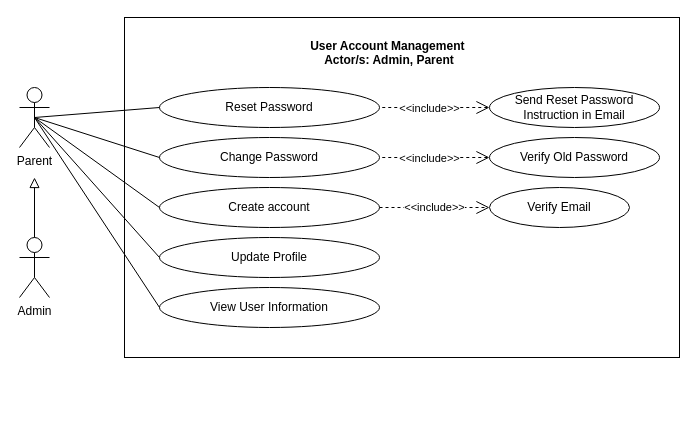
Before: page "User Management System" (3 of 7) of REVISIONS/UML-DIAGRAMS/6-9-2021/USE CASE/use case.drawio in mrklglsn/CAPSTONE-FILES, a draw.io diagram. Source tidied: cells renumbered, new cells numbered last; positions are measured from the earlier drawing's top-left corner, leaving out a move shared by most shapes. Both pictures are drawn from the tidied source at 100%, with x=0, y=0 at pixel (19, 17).
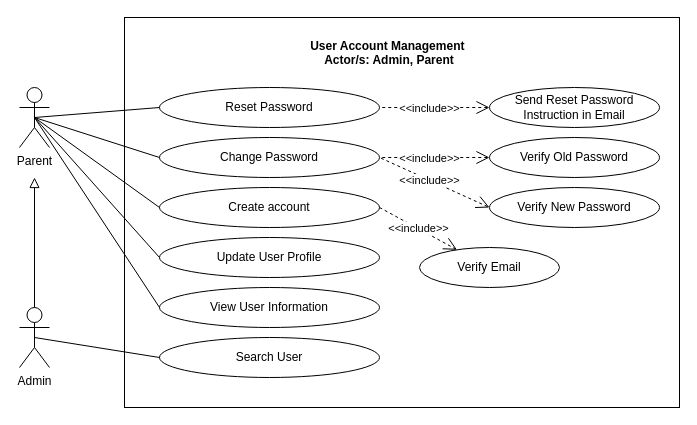
After the change.

The change refers to these unchanged cells:
```xml
<mxCell id="19" value="Change Password" style="ellipse;whiteSpace=wrap;html=1;fillColor=none;" parent="1" vertex="1">
  <mxGeometry x="140" y="120" width="220" height="40" as="geometry" />
</mxCell>
```

Diff of the diagram source:
```diff
@@
     <mxCell id="2" style="html=1;fillColor=none;" parent="1" vertex="1">
-      <mxGeometry x="105" width="555" height="340" as="geometry" />
+      <mxGeometry x="105" width="555" height="390" as="geometry" />
     </mxCell>
@@
+    <mxCell id="25" style="rounded=0;jettySize=auto;html=1;exitX=0.5;exitY=0.5;exitDx=0;exitDy=0;exitPerimeter=0;entryX=0;entryY=0.5;entryDx=0;entryDy=0;endArrow=none;endFill=0;" parent="1" edge="1" source="15" target="29">
+      <mxGeometry relative="1" as="geometry" />
+    </mxCell>
     <mxCell id="15" value="Admin" style="shape=umlActor;verticalLabelPosition=bottom;verticalAlign=top;html=1;fillColor=none;" parent="1" vertex="1">
-      <mxGeometry y="220" width="30" height="60" as="geometry" />
+      <mxGeometry y="290" width="30" height="60" as="geometry" />
     </mxCell>
@@
     <mxCell id="18" value="Verify Email" style="ellipse;whiteSpace=wrap;html=1;fillColor=none;" parent="1" vertex="1">
-      <mxGeometry x="470" y="170" width="140" height="40" as="geometry" />
+      <mxGeometry x="400" y="230" width="140" height="40" as="geometry" />
     </mxCell>
@@
-    <mxCell id="23" value="Update Profile" style="ellipse;whiteSpace=wrap;html=1;fillColor=none;" parent="1" vertex="1">
+    <mxCell id="23" value="Update User Profile" style="ellipse;whiteSpace=wrap;html=1;fillColor=none;" parent="1" vertex="1">
       <mxGeometry x="140" y="220" width="220" height="40" as="geometry" />
     </mxCell>
@@
+    <mxCell id="26" value="Verify New Password" style="ellipse;whiteSpace=wrap;html=1;fillColor=none;" parent="1" vertex="1">
+      <mxGeometry x="470" y="170" width="170" height="40" as="geometry" />
+    </mxCell>
+    <mxCell id="27" style="edgeStyle=none;rounded=0;jumpStyle=arc;jumpSize=14;jettySize=auto;html=1;dashed=1;startArrow=open;startFill=0;endArrow=none;endFill=0;startSize=11;endSize=11;entryX=1;entryY=0.5;entryDx=0;entryDy=0;exitX=0;exitY=0.5;exitDx=0;exitDy=0;" parent="1" edge="1" source="26" target="19">
+      <mxGeometry relative="1" as="geometry" />
+    </mxCell>
+    <mxCell id="28" value="&amp;lt;&amp;lt;include&amp;gt;&amp;gt;" style="edgeLabel;html=1;align=center;verticalAlign=middle;" parent="27" vertex="1">
+      <mxGeometry x="0.11" relative="1" as="geometry" />
+    </mxCell>
+    <mxCell id="29" value="Search User" style="ellipse;whiteSpace=wrap;html=1;fillColor=none;" parent="1" vertex="1">
+      <mxGeometry x="140" y="320" width="220" height="40" as="geometry" />
+    </mxCell>
```
